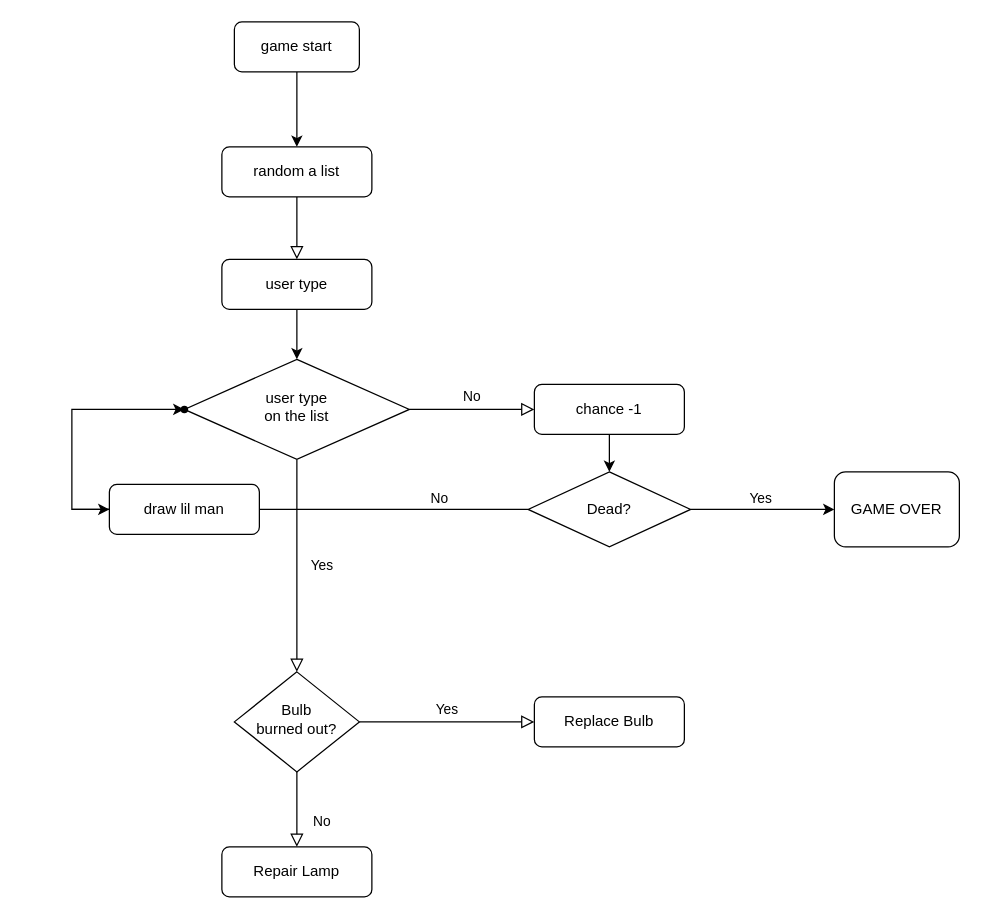
The draw.io diagram 上吊人.drawio in Silly449/Python_Learning, before the edit. Source tidied: cells renumbered, new cells numbered last; positions are measured from the earlier drawing's top-left corner, leaving out a move shared by most shapes. Both pictures are drawn from the tidied source at 125%, with x=0, y=0 at pixel (71, 21).
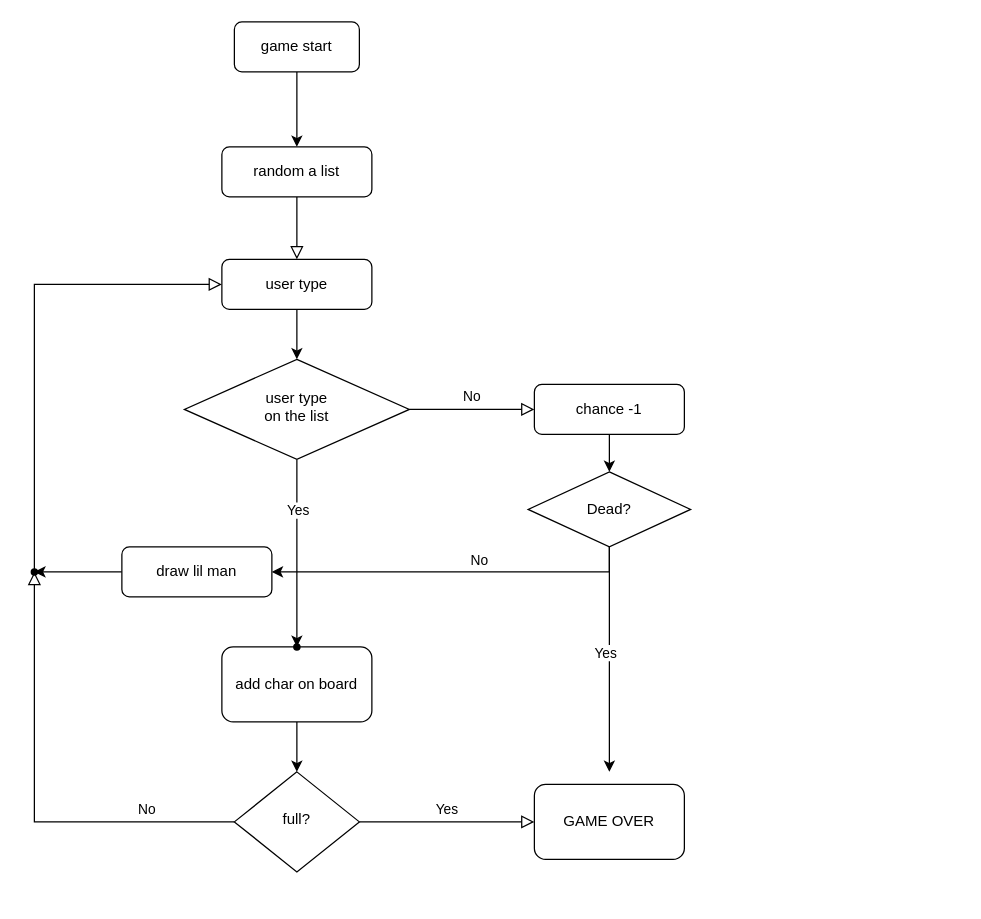
Above is the later version.

Commit message (it also covers changes not shown here):
更新上吊人.drawio

The change refers to these unchanged cells:
```xml
<mxCell id="6" value="user type&lt;div&gt;on the list&lt;/div&gt;" style="rhombus;whiteSpace=wrap;html=1;shadow=0;fontFamily=Helvetica;fontSize=12;align=center;strokeWidth=1;spacing=6;spacingTop=-4;" parent="1" vertex="1">
  <mxGeometry x="90" y="270" width="180" height="80" as="geometry" />
</mxCell>
<mxCell id="8" value="chance -1" style="rounded=1;whiteSpace=wrap;html=1;fontSize=12;glass=0;strokeWidth=1;shadow=0;" parent="1" vertex="1">
  <mxGeometry x="370" y="290" width="120" height="40" as="geometry" />
</mxCell>
<mxCell id="17" value="user type" style="rounded=1;whiteSpace=wrap;html=1;" parent="1" vertex="1">
  <mxGeometry x="120" y="190" width="120" height="40" as="geometry" />
</mxCell>
```

What changed in the source:
```diff
@@
+    <mxCell id="5" value="No" style="edgeStyle=orthogonalEdgeStyle;rounded=0;html=1;jettySize=auto;fontSize=11;endArrow=block;endFill=0;endSize=8;strokeWidth=1;shadow=0;labelBackgroundColor=none;" parent="1" edge="1" source="6" target="8">
+      <mxGeometry y="10" relative="1" as="geometry" />
+    </mxCell>
+    <mxCell id="27" style="edgeStyle=orthogonalEdgeStyle;rounded=0;jettySize=auto;html=1;" parent="1" edge="1" source="6" target="30">
+      <mxGeometry relative="1" as="geometry" />
+    </mxCell>
-    <mxCell id="4" value="Yes" style="rounded=0;html=1;jettySize=auto;fontSize=11;endArrow=block;endFill=0;endSize=8;strokeWidth=1;shadow=0;labelBackgroundColor=none;edgeStyle=orthogonalEdgeStyle;" parent="1" edge="1" source="6" target="11">
-      <mxGeometry y="20" relative="1" as="geometry" />
+    <mxCell id="4" value="Yes" style="edgeLabel;html=1;align=center;verticalAlign=middle;" parent="27" vertex="1">
+      <mxGeometry x="-0.47" relative="1" as="geometry" />
     </mxCell>
-    <mxCell id="5" value="No" style="edgeStyle=orthogonalEdgeStyle;rounded=0;html=1;jettySize=auto;fontSize=11;endArrow=block;endFill=0;endSize=8;strokeWidth=1;shadow=0;labelBackgroundColor=none;" parent="1" edge="1" source="6" target="8">
-      <mxGeometry y="10" relative="1" as="geometry" />
-    </mxCell>
@@
-    <mxCell id="9" value="No" style="rounded=0;html=1;jettySize=auto;fontSize=11;endArrow=block;endFill=0;endSize=8;strokeWidth=1;shadow=0;labelBackgroundColor=none;edgeStyle=orthogonalEdgeStyle;" parent="1" edge="1" source="11" target="12">
-      <mxGeometry x="0.33" y="20" relative="1" as="geometry" />
+    <mxCell id="9" value="No" style="rounded=0;html=1;jettySize=auto;fontSize=11;endArrow=block;endFill=0;endSize=8;strokeWidth=1;shadow=0;labelBackgroundColor=none;edgeStyle=orthogonalEdgeStyle;entryX=0;entryY=0.5;entryDx=0;entryDy=0;" parent="1" edge="1" source="22" target="17">
+      <mxGeometry x="-1" y="-210" relative="1" as="geometry">
+        <Array as="points">
+          <mxPoint x="-30" y="210" />
+        </Array>
+        <mxPoint x="-120" y="190" as="offset" />
+      </mxGeometry>
     </mxCell>
@@
-    <mxCell id="11" value="Bulb&lt;br&gt;burned out?" style="rhombus;whiteSpace=wrap;html=1;shadow=0;fontFamily=Helvetica;fontSize=12;align=center;strokeWidth=1;spacing=6;spacingTop=-4;" parent="1" vertex="1">
-      <mxGeometry x="130" y="520" width="100" height="80" as="geometry" />
+    <mxCell id="11" value="full?" style="rhombus;whiteSpace=wrap;html=1;shadow=0;fontFamily=Helvetica;fontSize=12;align=center;strokeWidth=1;spacing=6;spacingTop=-4;" parent="1" vertex="1">
+      <mxGeometry x="130" y="600" width="100" height="80" as="geometry" />
     </mxCell>
-    <mxCell id="12" value="Repair Lamp" style="rounded=1;whiteSpace=wrap;html=1;fontSize=12;glass=0;strokeWidth=1;shadow=0;" parent="1" vertex="1">
-      <mxGeometry x="120" y="660" width="120" height="40" as="geometry" />
-    </mxCell>
-    <mxCell id="13" value="Replace Bulb" style="rounded=1;whiteSpace=wrap;html=1;fontSize=12;glass=0;strokeWidth=1;shadow=0;" parent="1" vertex="1">
-      <mxGeometry x="370" y="540" width="120" height="40" as="geometry" />
+    <mxCell id="13" value="GAME OVER" style="rounded=1;whiteSpace=wrap;html=1;fontSize=12;glass=0;strokeWidth=1;shadow=0;" parent="1" vertex="1">
+      <mxGeometry x="370" y="610" width="120" height="60" as="geometry" />
     </mxCell>
@@
     <mxCell id="18" style="edgeStyle=orthogonalEdgeStyle;rounded=0;jettySize=auto;html=1;" parent="1" edge="1" source="26" target="22">
       <mxGeometry relative="1" as="geometry">
         <Array as="points">
-          <mxPoint y="310" />
+          <mxPoint x="-30" y="440" />
         </Array>
       </mxGeometry>
     </mxCell>
-    <mxCell id="19" style="edgeStyle=orthogonalEdgeStyle;rounded=0;jettySize=auto;html=1;" parent="1" edge="1" source="21" target="23">
-      <mxGeometry relative="1" as="geometry" />
+    <mxCell id="19" style="edgeStyle=orthogonalEdgeStyle;rounded=0;jettySize=auto;html=1;" parent="1" edge="1" source="21">
+      <mxGeometry relative="1" as="geometry">
+        <mxPoint x="430" y="600" as="targetPoint" />
+      </mxGeometry>
     </mxCell>
@@
-    <mxCell id="21" value="Dead?" style="rhombus;whiteSpace=wrap;html=1;" parent="1" vertex="1">
-      <mxGeometry x="365" y="360" width="130" height="60" as="geometry" />
-    </mxCell>
-    <mxCell id="22" style="shape=waypoint;sketch=0;size=6;points=[];fillColor=default;perimeter=centerPerimeter;snapToPoint=1;" parent="1" vertex="1">
-      <mxGeometry x="80" y="300" width="20" height="20" as="geometry" />
-    </mxCell>
-    <mxCell id="23" value="GAME OVER" style="rounded=1;whiteSpace=wrap;html=1;" parent="1" vertex="1">
-      <mxGeometry x="610" y="360" width="100" height="60" as="geometry" />
-    </mxCell>
-    <mxCell id="24" style="edgeStyle=orthogonalEdgeStyle;rounded=0;jettySize=auto;html=1;" parent="1" edge="1" source="21" target="26">
-      <mxGeometry relative="1" as="geometry">
-        <Array as="points">
-          <mxPoint y="390" />
-        </Array>
-      </mxGeometry>
+    <mxCell id="24" style="edgeStyle=orthogonalEdgeStyle;rounded=0;jettySize=auto;html=1;exitX=0.5;exitY=1;exitDx=0;exitDy=0;entryX=1;entryY=0.5;entryDx=0;entryDy=0;" parent="1" edge="1" source="21" target="26">
+      <mxGeometry relative="1" as="geometry" />
     </mxCell>
     <mxCell id="25" value="No" style="edgeLabel;html=1;align=center;verticalAlign=middle;" parent="24" vertex="1">
-      <mxGeometry x="-0.57" y="3" relative="1" as="geometry">
-        <mxPoint x="13" y="-13" as="offset" />
+      <mxGeometry x="-0.14" relative="1" as="geometry">
+        <mxPoint y="-10" as="offset" />
       </mxGeometry>
     </mxCell>
+    <mxCell id="21" value="Dead?" style="rhombus;whiteSpace=wrap;html=1;" parent="1" vertex="1">
+      <mxGeometry x="365" y="360" width="130" height="60" as="geometry" />
+    </mxCell>
     <mxCell id="26" value="draw lil man" style="rounded=1;whiteSpace=wrap;html=1;" parent="1" vertex="1">
-      <mxGeometry x="30" y="370" width="120" height="40" as="geometry" />
+      <mxGeometry x="40" y="420" width="120" height="40" as="geometry" />
     </mxCell>
+    <mxCell id="28" style="edgeStyle=orthogonalEdgeStyle;rounded=0;jettySize=auto;html=1;" parent="1" edge="1" source="29" target="11">
+      <mxGeometry relative="1" as="geometry" />
+    </mxCell>
+    <mxCell id="29" value="add char on board" style="rounded=1;whiteSpace=wrap;html=1;" parent="1" vertex="1">
+      <mxGeometry x="120" y="500" width="120" height="60" as="geometry" />
+    </mxCell>
+    <mxCell id="30" style="shape=waypoint;sketch=0;size=6;points=[];fillColor=default;perimeter=centerPerimeter;snapToPoint=1;shadow=0;strokeWidth=1;spacing=6;spacingTop=-4;" parent="1" vertex="1">
+      <mxGeometry x="170" y="490" width="20" height="20" as="geometry" />
+    </mxCell>
+    <mxCell id="31" style="rounded=0;html=1;jettySize=auto;fontSize=11;endArrow=block;endFill=0;endSize=8;strokeWidth=1;shadow=0;labelBackgroundColor=none;edgeStyle=orthogonalEdgeStyle;entryDx=0;entryDy=0;" parent="1" edge="1" source="11" target="22">
+      <mxGeometry x="-0.81" y="-10" relative="1" as="geometry">
+        <Array as="points">
+          <mxPoint x="-30" y="640" />
+        </Array>
+      </mxGeometry>
+    </mxCell>
+    <mxCell id="22" style="shape=waypoint;sketch=0;size=6;points=[];fillColor=default;perimeter=centerPerimeter;snapToPoint=1;" parent="1" vertex="1">
+      <mxGeometry x="-40" y="430" width="20" height="20" as="geometry" />
+    </mxCell>
```
